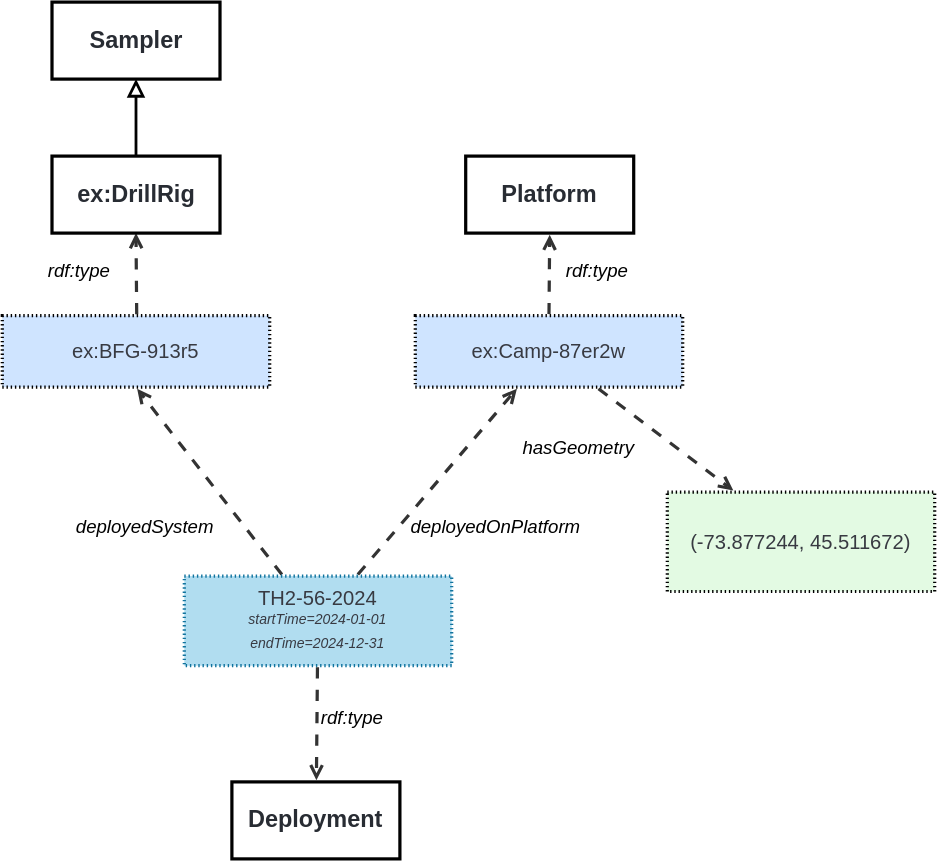
The draw.io diagram ssn/images/LocatedSamplerDeployment.svg in afeliachi/sdw-sosa-ssn, before a commit. Source tidied: cells renumbered, new cells last; positions are measured from the earlier drawing's top-left corner, leaving out a move shared by most shapes.
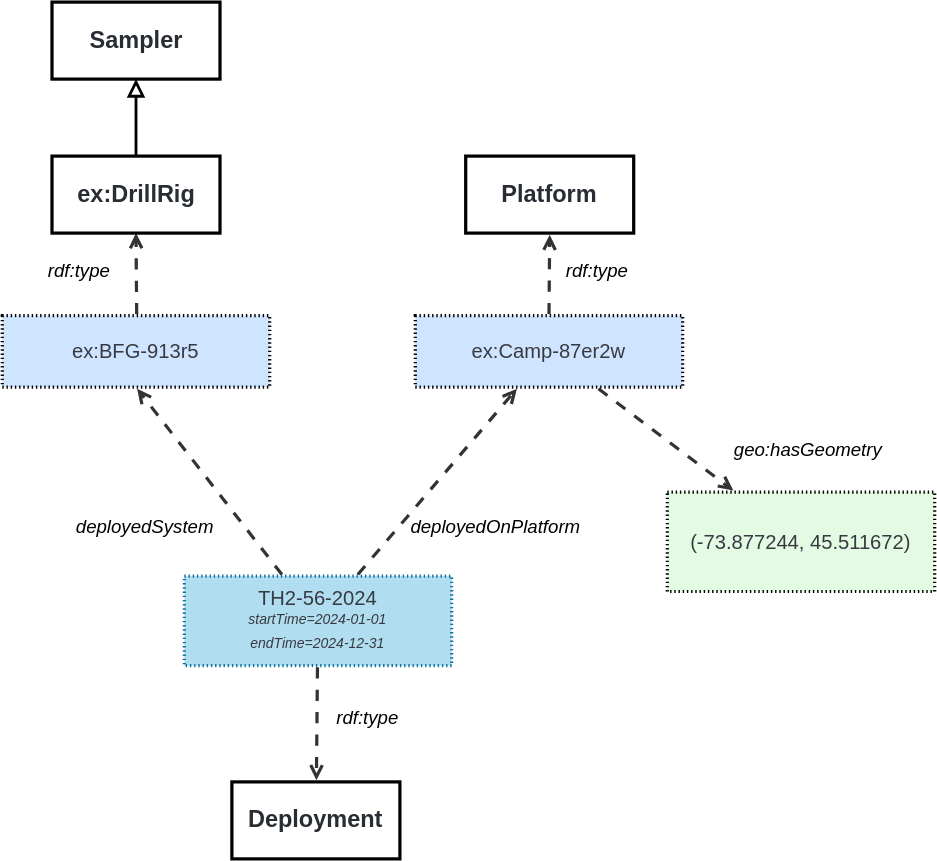
The same diagram one commit later.

The edit, as a diff of the source:
```diff
@@ -38,7 +38,7 @@
       <mxGeometry relative="1" as="geometry" />
     </mxCell>
     <mxCell id="13" value="rdf:type" style="html=1;overflow=block;blockSpacing=1;whiteSpace=wrap;fontSize=13.3;fontStyle=2;align=left;spacing=3.8;verticalAlign=top;strokeColor=none;fillOpacity=0;fillColor=#ffffff;dashed=1;fixDash=1;dashPattern=16 6;strokeWidth=0;lucidId=IUtLrM7hSAFz;" parent="1" vertex="1">
-      <mxGeometry x="225" y="501" width="70" height="28" as="geometry" />
+      <mxGeometry x="236" y="501" width="70" height="28" as="geometry" />
     </mxCell>
     <mxCell id="14" value="&lt;font face=&quot;Helvetica&quot;&gt;(-73.877244, 45.511672)&lt;/font&gt;" style="points=[[0.247,-0.016,0]];html=1;overflow=block;blockSpacing=1;whiteSpace=wrap;fontSize=14.4;fontFamily=DejaVu Sans Mono;fontColor=#383a42;align=center;spacing=0;strokeOpacity=100;fillOpacity=100;fillColor=#e3fae3;dashed=1;fixDash=1;dashPattern=1 2;strokeWidth=2.3;" parent="1" vertex="1">
       <mxGeometry x="475" y="350" width="191" height="71" as="geometry" />
@@ -46,8 +46,8 @@
     <mxCell id="15" style="html=1;jettySize=18;whiteSpace=wrap;fontSize=13;strokeColor=#333333;strokeOpacity=100;dashed=1;fixDash=1;dashPattern=8 8;strokeWidth=2.3;rounded=0;startArrow=none;endArrow=open;exitX=0.685;exitY=1.022;exitPerimeter=0;entryX=0.247;entryY=-0.016;entryPerimeter=0;lucidId=ZYtLhyIyaS8z;" parent="1" edge="1" source="4" target="14">
       <mxGeometry relative="1" as="geometry" />
     </mxCell>
-    <mxCell id="16" value="hasGeometry" style="html=1;overflow=block;blockSpacing=1;whiteSpace=wrap;fontSize=13.3;fontStyle=2;align=left;spacing=3.8;verticalAlign=top;strokeColor=none;fillOpacity=0;fillColor=#ffffff;dashed=1;fixDash=1;dashPattern=16 6;strokeWidth=0;lucidId=.YtLANzjclbX;" parent="1" vertex="1">
-      <mxGeometry x="369" y="308" width="101" height="24" as="geometry" />
+    <mxCell id="16" value="geo:hasGeometry" style="html=1;overflow=block;blockSpacing=1;whiteSpace=wrap;fontSize=13.3;fontStyle=2;align=left;spacing=3.8;verticalAlign=top;strokeColor=none;fillOpacity=0;fillColor=#ffffff;dashed=1;fixDash=1;dashPattern=16 6;strokeWidth=0;lucidId=.YtLANzjclbX;" parent="1" vertex="1">
+      <mxGeometry x="520" y="310" width="101" height="24" as="geometry" />
     </mxCell>
     <mxCell id="17" value="&lt;font face=&quot;Helvetica&quot;&gt;ex:BFG-913r5&lt;/font&gt;" style="html=1;overflow=block;blockSpacing=1;whiteSpace=wrap;fontSize=14.4;fontFamily=DejaVu Sans Mono;fontColor=#383a42;align=center;spacing=0;strokeOpacity=100;fillOpacity=100;fillColor=#cfe4ff;dashed=1;fixDash=1;dashPattern=1 2;strokeWidth=2.3;" parent="1" vertex="1">
       <mxGeometry y="224" width="191" height="51" as="geometry" />
```
